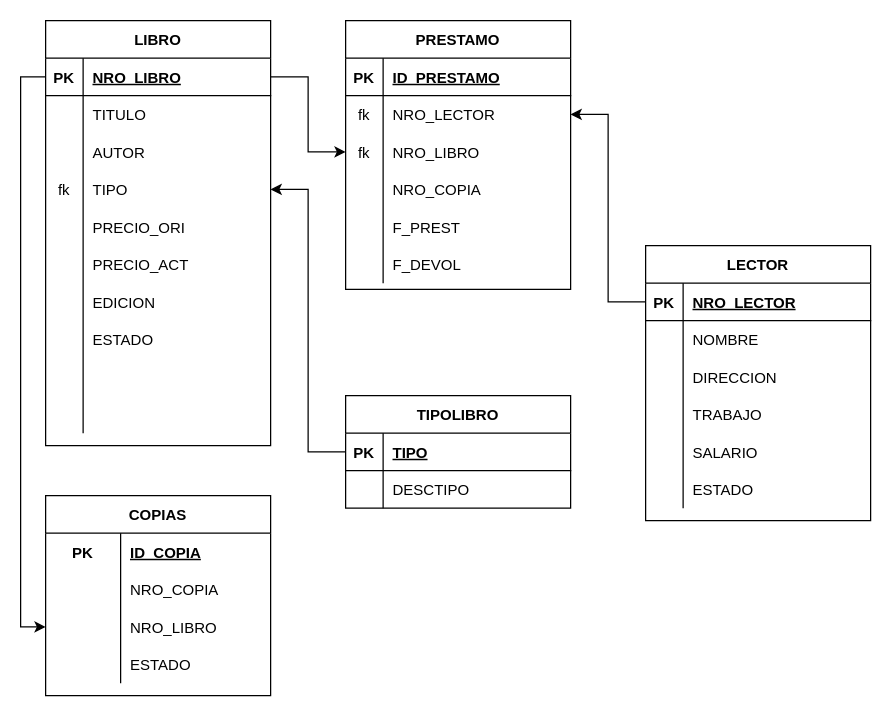
This is Base de Datos/DDL.drawio from SirMathius/ORT2doCuatrimestre, a draw.io file, before an edit. Source tidied: cells renumbered, new cells numbered last; positions are measured from the earlier drawing's top-left corner, leaving out a move shared by most shapes. Both pictures are drawn from the tidied source at 125%, with x=0, y=0 at pixel (45, 20).
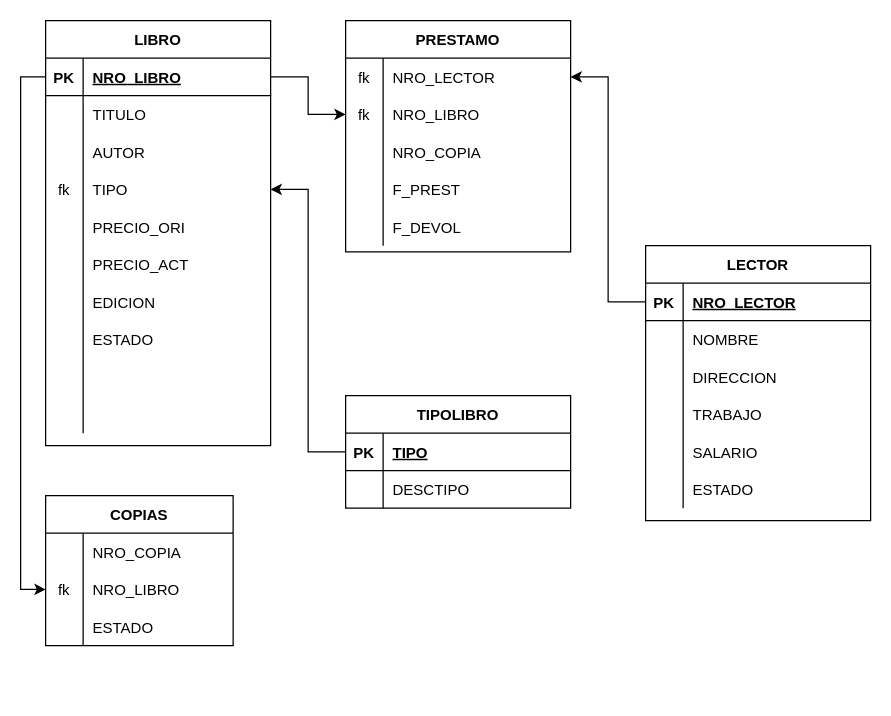
Above is the later version.

Diff of the diagram source:
```diff
@@
     <mxCell id="59" value="PRESTAMO" style="shape=table;startSize=30;childLayout=tableLayout;rowLines=0;fontStyle=1;align=center;" parent="1" vertex="1">
-      <mxGeometry x="240" width="180" height="215" as="geometry" />
+      <mxGeometry x="240" width="180" height="185" as="geometry" />
     </mxCell>
-    <mxCell id="60" style="shape=partialRectangle;fillColor=none;top=0;left=0;bottom=1;right=0;" parent="59" vertex="1">
-      <mxGeometry y="30" width="180" height="30" as="geometry" />
-    </mxCell>
-    <mxCell id="61" value="PK" style="shape=partialRectangle;fillColor=none;top=0;left=0;bottom=0;right=0;fontStyle=1;overflow=hidden;" parent="60" vertex="1">
-      <mxGeometry width="30" height="30" as="geometry" />
-    </mxCell>
-    <mxCell id="62" value="ID_PRESTAMO" style="shape=partialRectangle;fillColor=none;top=0;left=0;bottom=0;right=0;align=left;spacingLeft=6;fontStyle=5;overflow=hidden;" parent="60" vertex="1">
-      <mxGeometry x="30" width="150" height="30" as="geometry" />
-    </mxCell>
     <mxCell id="63" style="shape=partialRectangle;fillColor=none;top=0;left=0;bottom=0;right=0;points=[[0,0.5],[1,0.5]];portConstraint=eastwest;" parent="59" vertex="1">
-      <mxGeometry y="60" width="180" height="30" as="geometry" />
+      <mxGeometry y="30" width="180" height="30" as="geometry" />
     </mxCell>
@@
     <mxCell id="66" style="shape=partialRectangle;fillColor=none;top=0;left=0;bottom=0;right=0;points=[[0,0.5],[1,0.5]];portConstraint=eastwest;" parent="59" vertex="1">
-      <mxGeometry y="90" width="180" height="30" as="geometry" />
+      <mxGeometry y="60" width="180" height="30" as="geometry" />
     </mxCell>
@@
     <mxCell id="69" style="shape=partialRectangle;fillColor=none;top=0;left=0;bottom=0;right=0;" parent="59" vertex="1">
-      <mxGeometry y="120" width="180" height="30" as="geometry" />
+      <mxGeometry y="90" width="180" height="30" as="geometry" />
     </mxCell>
@@
     <mxCell id="72" style="shape=partialRectangle;fillColor=none;top=0;left=0;bottom=0;right=0;" parent="59" vertex="1">
-      <mxGeometry y="150" width="180" height="30" as="geometry" />
+      <mxGeometry y="120" width="180" height="30" as="geometry" />
     </mxCell>
@@
     <mxCell id="75" style="shape=partialRectangle;fillColor=none;top=0;left=0;bottom=0;right=0;" parent="59" vertex="1">
-      <mxGeometry y="180" width="180" height="30" as="geometry" />
+      <mxGeometry y="150" width="180" height="30" as="geometry" />
     </mxCell>
@@
     <mxCell id="82" value="COPIAS" style="shape=table;startSize=30;childLayout=tableLayout;rowLines=0;fontStyle=1;align=center;" parent="1" vertex="1">
-      <mxGeometry y="380" width="180" height="160" as="geometry" />
+      <mxGeometry y="380" width="150" height="120" as="geometry" />
     </mxCell>
-    <mxCell id="83" style="shape=partialRectangle;fillColor=none;top=0;left=0;bottom=0;right=0;" parent="82" vertex="1">
-      <mxGeometry y="30" width="180" height="30" as="geometry" />
-    </mxCell>
-    <mxCell id="84" value="PK" style="shape=partialRectangle;fillColor=none;top=0;left=0;bottom=0;right=0;fontStyle=1;overflow=hidden;" parent="83" vertex="1">
-      <mxGeometry width="60" height="30" as="geometry" />
-    </mxCell>
-    <mxCell id="85" value="ID_COPIA" style="shape=partialRectangle;fillColor=none;top=0;left=0;bottom=0;right=0;align=left;spacingLeft=6;fontStyle=5;overflow=hidden;" parent="83" vertex="1">
-      <mxGeometry x="60" width="120" height="30" as="geometry" />
-    </mxCell>
     <mxCell id="86" style="shape=partialRectangle;fillColor=none;top=0;left=0;bottom=0;right=0;" parent="82" vertex="1">
-      <mxGeometry y="60" width="180" height="30" as="geometry" />
+      <mxGeometry y="30" width="150" height="30" as="geometry" />
     </mxCell>
     <mxCell id="87" style="shape=partialRectangle;fillColor=none;top=0;left=0;bottom=0;right=0;overflow=hidden;" parent="86" vertex="1">
-      <mxGeometry width="60" height="30" as="geometry" />
+      <mxGeometry width="30" height="30" as="geometry" />
     </mxCell>
     <mxCell id="88" value="NRO_COPIA" style="shape=partialRectangle;fillColor=none;top=0;left=0;bottom=0;right=0;align=left;spacingLeft=6;overflow=hidden;" parent="86" vertex="1">
-      <mxGeometry x="60" width="120" height="30" as="geometry" />
+      <mxGeometry x="30" width="120" height="30" as="geometry" />
     </mxCell>
     <mxCell id="89" style="shape=partialRectangle;fillColor=none;top=0;left=0;bottom=0;right=0;points=[[0,0.5],[1,0.5]];portConstraint=eastwest;" parent="82" vertex="1">
-      <mxGeometry y="90" width="180" height="30" as="geometry" />
+      <mxGeometry y="60" width="150" height="30" as="geometry" />
     </mxCell>
-    <mxCell id="90" style="shape=partialRectangle;fillColor=none;top=0;left=0;bottom=0;right=0;overflow=hidden;" parent="89" vertex="1">
-      <mxGeometry width="60" height="30" as="geometry" />
+    <mxCell id="90" value="fk" style="shape=partialRectangle;fillColor=none;top=0;left=0;bottom=0;right=0;overflow=hidden;" parent="89" vertex="1">
+      <mxGeometry width="30" height="30" as="geometry" />
     </mxCell>
     <mxCell id="91" value="NRO_LIBRO" style="shape=partialRectangle;fillColor=none;top=0;left=0;bottom=0;right=0;align=left;spacingLeft=6;overflow=hidden;" parent="89" vertex="1">
-      <mxGeometry x="60" width="120" height="30" as="geometry" />
+      <mxGeometry x="30" width="120" height="30" as="geometry" />
     </mxCell>
     <mxCell id="92" style="shape=partialRectangle;fillColor=none;top=0;left=0;bottom=0;right=0;" parent="82" vertex="1">
-      <mxGeometry y="120" width="180" height="30" as="geometry" />
+      <mxGeometry y="90" width="150" height="30" as="geometry" />
     </mxCell>
     <mxCell id="93" style="shape=partialRectangle;fillColor=none;top=0;left=0;bottom=0;right=0;overflow=hidden;" parent="92" vertex="1">
-      <mxGeometry width="60" height="30" as="geometry" />
+      <mxGeometry width="30" height="30" as="geometry" />
     </mxCell>
     <mxCell id="94" value="ESTADO" style="shape=partialRectangle;fillColor=none;top=0;left=0;bottom=0;right=0;align=left;spacingLeft=6;overflow=hidden;" parent="92" vertex="1">
-      <mxGeometry x="60" width="120" height="30" as="geometry" />
+      <mxGeometry x="30" width="120" height="30" as="geometry" />
     </mxCell>
```
